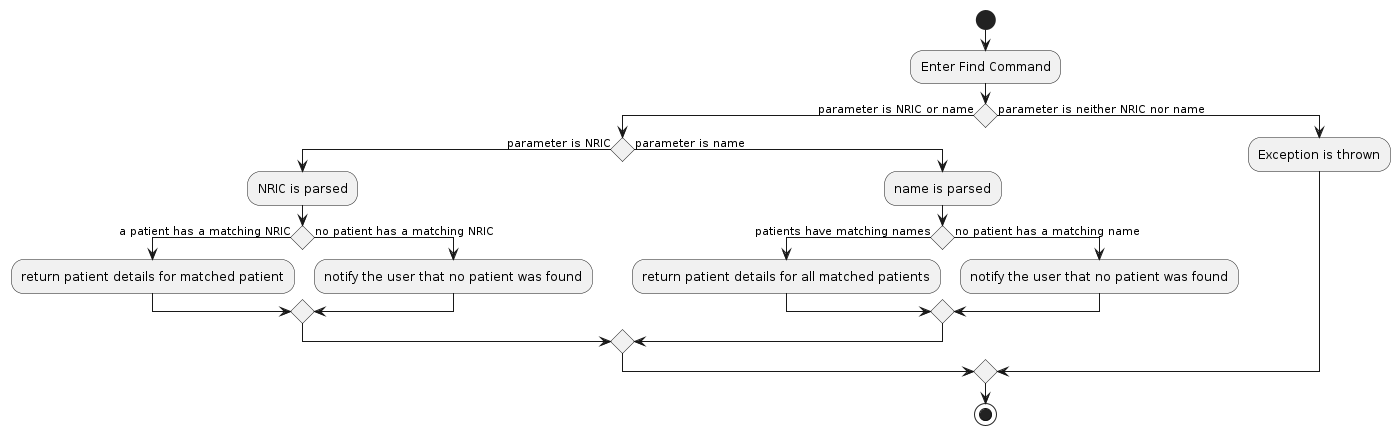
Earlier version of the PlantUML export diagrams/FindActivityDiagram.png (AY2324S1-CS2103T-T14-3/tp). Its source is kept beside it as diagrams/FindActivityDiagram.puml.
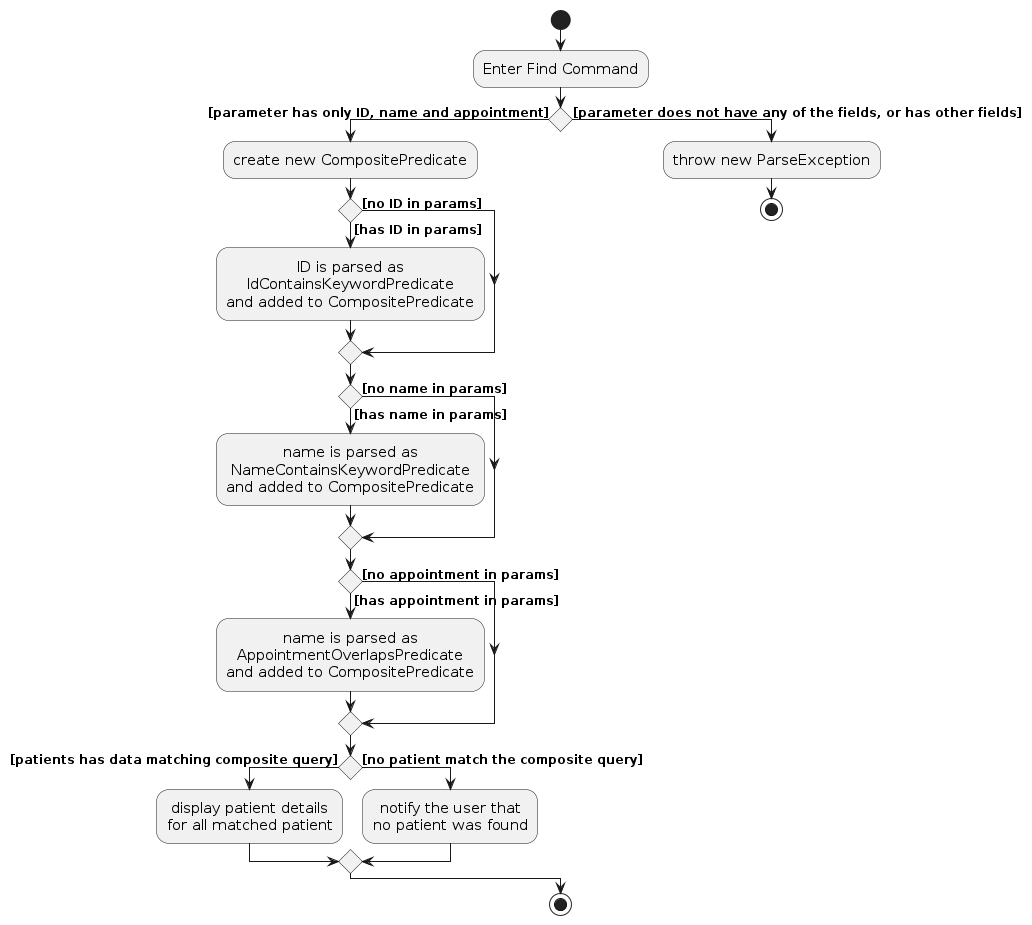
After the change.

The edit, as a diff of the source:
```diff
@@ -1,28 +1,44 @@
 @startuml
+!include style.puml
+skin rose
+skinparam ActivityFontSize 15
+skinparam ArrowFontSize 12
 
 start
 :Enter Find Command;
 
-if () then (parameter is NRIC or name)
-  if () then (parameter is NRIC)
-    :NRIC is parsed;
-    if () then (a patient has a matching NRIC)
-    :return patient details for matched patient;
-    else (no patient has a matching NRIC)
-    :notify the user that no patient was found;
-    endif
-
-  else (parameter is name)
-    :name is parsed;
-    if () then (patients have matching names)
-    :return patient details for all matched patients;
-    else (no patient has a matching name)
-    :notify the user that no patient was found;
-    endif
+if () then ([parameter has only ID, name and appointment])
+  :create new CompositePredicate;
+  if () then ([has ID in params])
+    :ID is parsed as
+    IdContainsKeywordPredicate
+    and added to CompositePredicate;
+  else ([no ID in params])
+  endif
+  if () then ([has name in params])
+    :name is parsed as
+    NameContainsKeywordPredicate
+    and added to CompositePredicate;
+    else ([no name in params])
+  endif
+  if () then ([has appointment in params])
+    :name is parsed as
+    AppointmentOverlapsPredicate
+    and added to CompositePredicate;
+    else ([no appointment in params])
   endif
 
-else (parameter is neither NRIC nor name)
-  :Exception is thrown;
+  if () then ([patients has data matching composite query])
+  :display patient details
+  for all matched patient;
+  else ([no patient match the composite query])
+  :notify the user that
+  no patient was found;
+  endif
+
+else ([parameter does not have any of the fields, or has other fields])
+  :throw new ParseException;
+  stop
 endif
 
 stop
```
